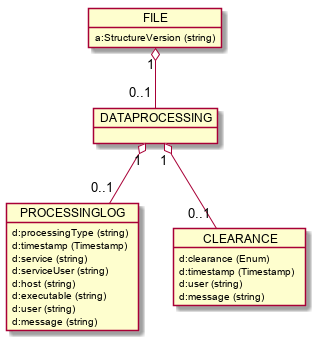
The PlantUML diagram images/generated/rcmdx_file_group.png in OpenRailAssociation/rcm-dx, before a commit.
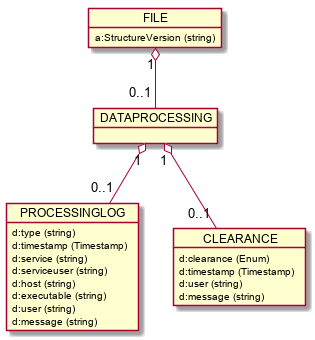
The same file after the commit.

The edit, as a diff of the source:
```diff
@@ -9,10 +9,10 @@
   FILE "1" o-- "0..1" DATAPROCESSING
 
   object PROCESSINGLOG {
-    d:processingType (string)
+    d:type (string)
     d:timestamp (Timestamp)
     d:service (string)
-    d:serviceUser (string)
+    d:serviceuser (string)
     d:host (string)
     d:executable (string)
     d:user (string)
```
